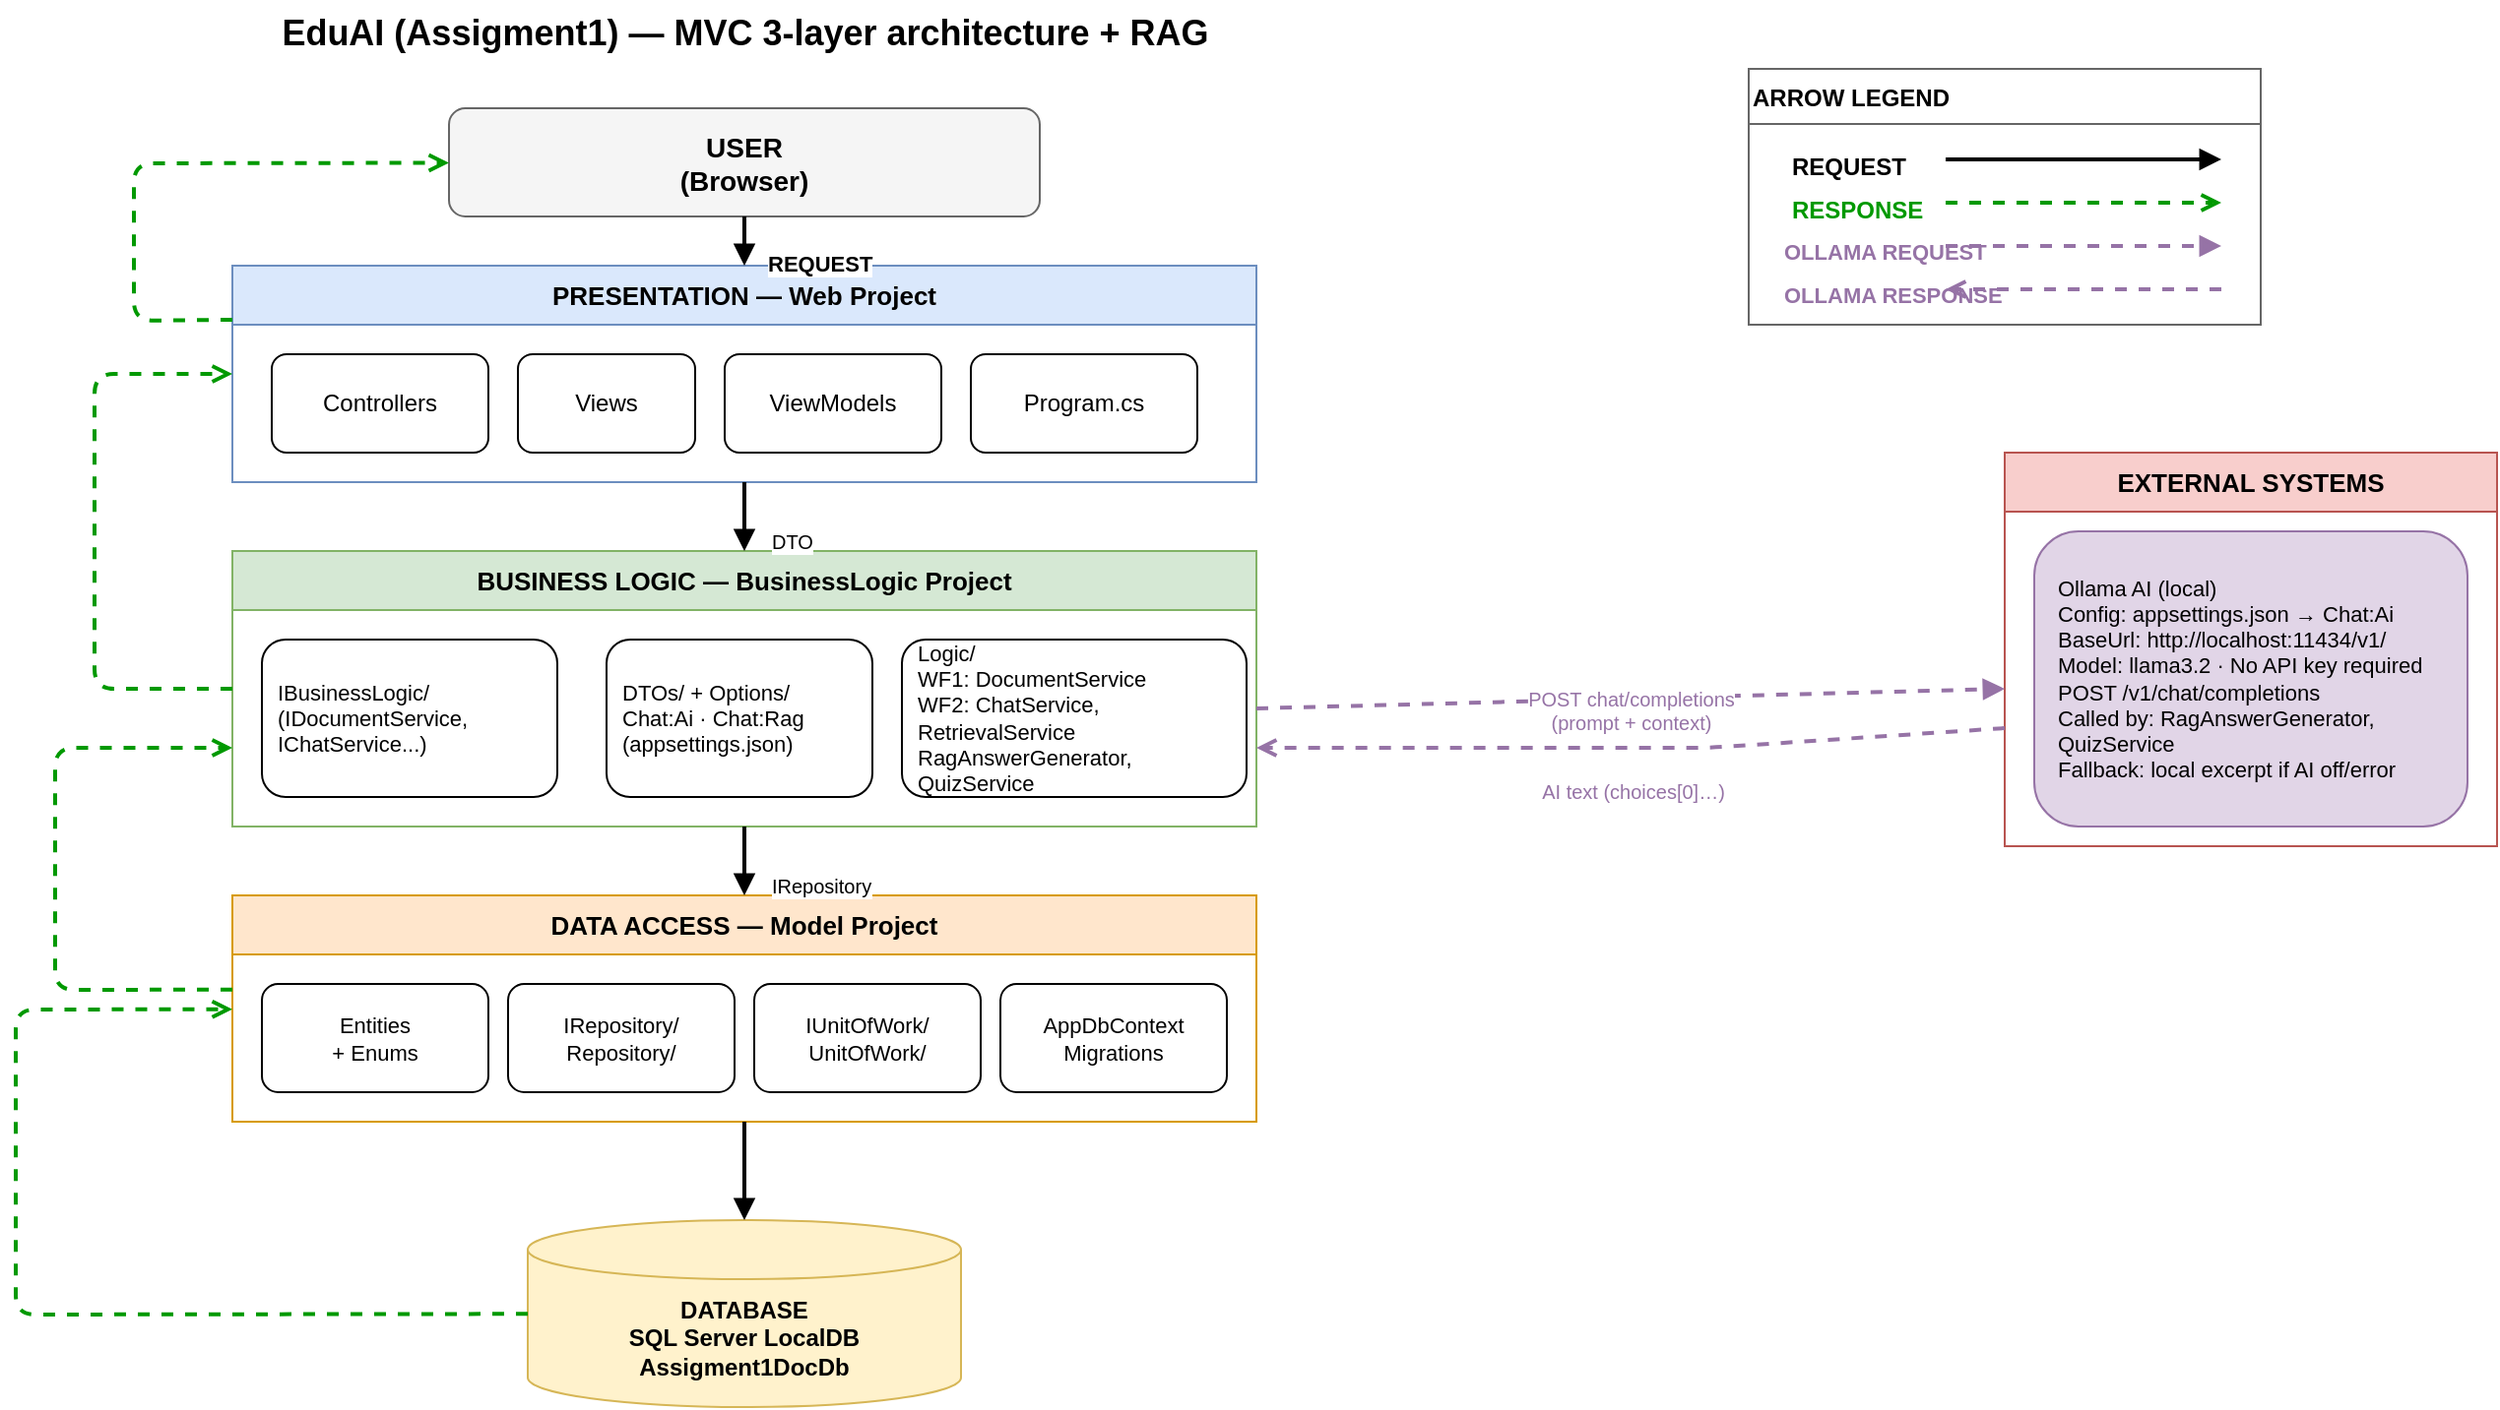
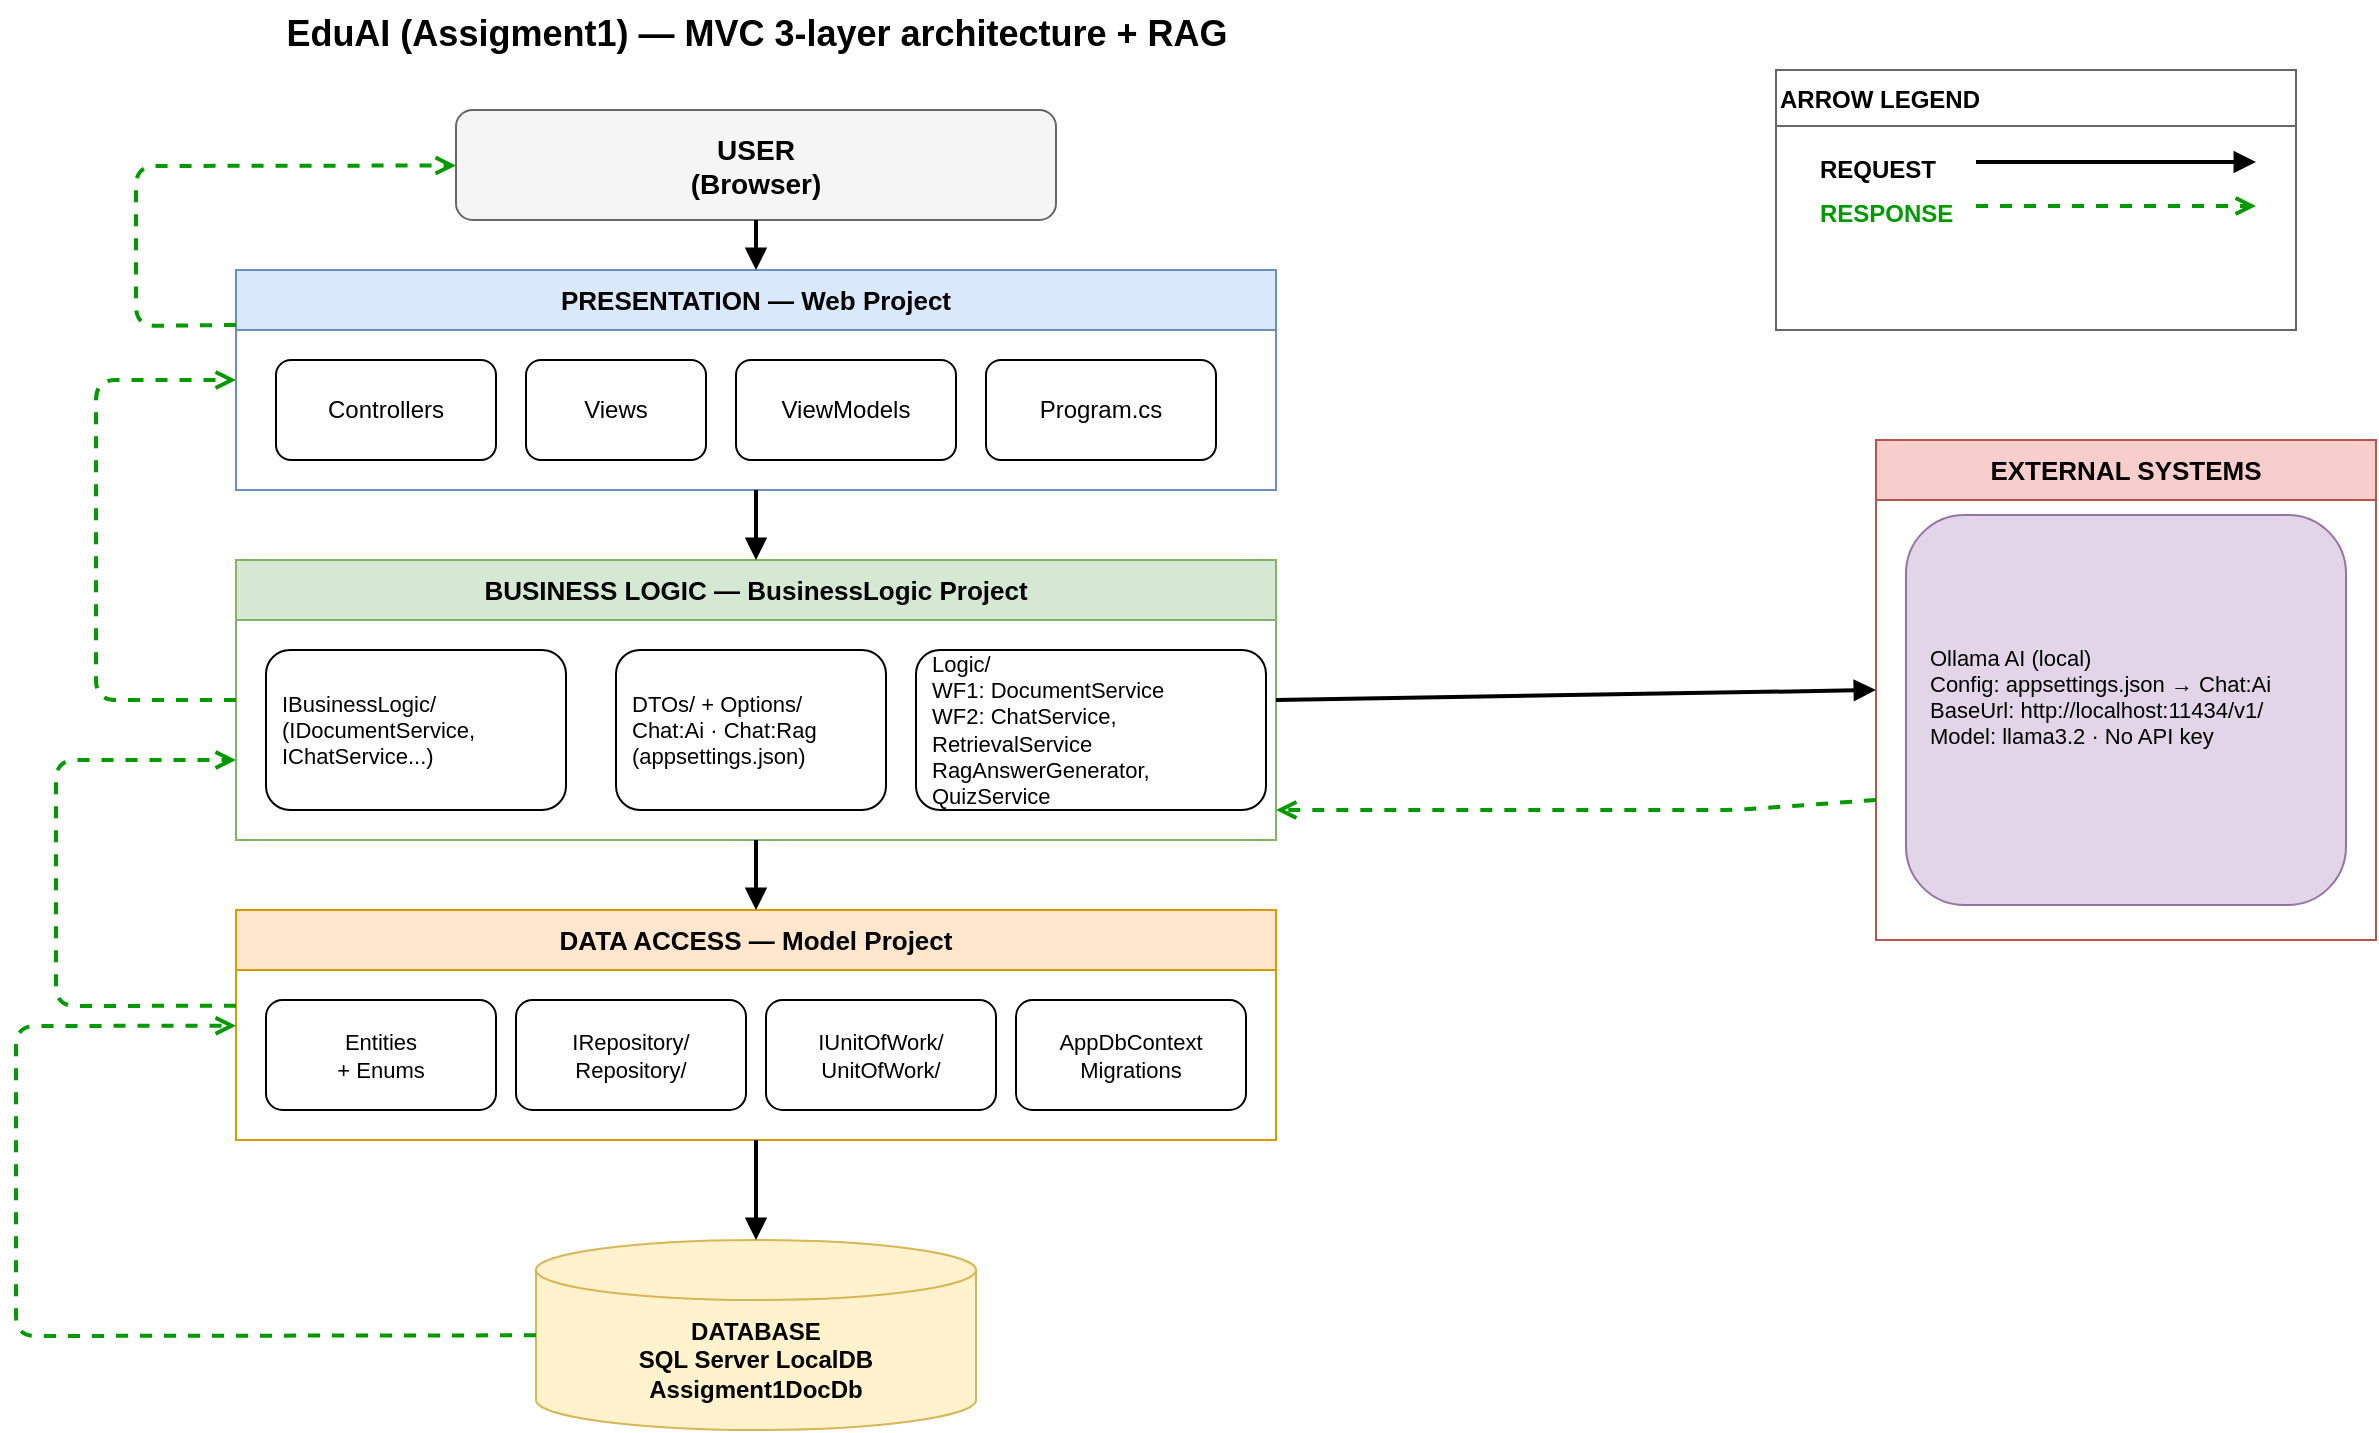
<mxfile host="Electron" agent="Cursor">
  <diagram id="simple-arch" name="MVC-3-layer-RAG">
-     <mxGraphModel dx="1030" dy="722" grid="1" gridSize="10" guides="1" tooltips="1" connect="1" arrows="1" fold="1" page="1" pageScale="1" pageWidth="1100" pageHeight="920" math="0" shadow="0">
+     <mxGraphModel dx="1585" dy="1111" grid="1" gridSize="10" guides="1" tooltips="1" connect="1" arrows="1" fold="1" page="1" pageScale="1" pageWidth="1100" pageHeight="920" math="0" shadow="0">
      <root>
        <mxCell id="0" />
        <mxCell id="1" parent="0" />
        <mxCell id="title" parent="1" style="text;html=1;fontSize=18;fontStyle=1;align=center;" value="EduAI (Assigment1) — MVC 3-layer architecture + RAG" vertex="1">
          <mxGeometry height="35" width="700" x="200" y="20" as="geometry" />
        </mxCell>
        <mxCell id="arrow-legend" parent="1" style="swimlane;fillColor=#ffffff;strokeColor=#666666;fontStyle=1;startSize=28;align=left;" value="ARROW LEGEND" vertex="1">
          <mxGeometry height="130" width="260" x="1060" y="55" as="geometry" />
        </mxCell>
        <mxCell id="leg-l1" parent="arrow-legend" style="text;html=1;align=left;spacingLeft=12;fontSize=12;fontStyle=1;" value="REQUEST" vertex="1">
          <mxGeometry height="20" width="85" x="8" y="36" as="geometry" />
        </mxCell>
        <mxCell id="leg-a1" edge="1" parent="arrow-legend" style="endArrow=block;endFill=1;strokeWidth=2;strokeColor=#000000;">
          <mxGeometry relative="1" as="geometry">
            <mxPoint x="100" y="46" as="sourcePoint" />
            <mxPoint x="240" y="46" as="targetPoint" />
          </mxGeometry>
        </mxCell>
        <mxCell id="leg-l2" parent="arrow-legend" style="text;html=1;align=left;spacingLeft=12;fontSize=12;fontStyle=1;fontColor=#009900;" value="RESPONSE" vertex="1">
          <mxGeometry height="20" width="85" x="8" y="58" as="geometry" />
        </mxCell>
        <mxCell id="leg-a2" edge="1" parent="arrow-legend" style="endArrow=open;dashed=1;strokeWidth=2;strokeColor=#009900;">
          <mxGeometry relative="1" as="geometry">
            <mxPoint x="100" y="68" as="sourcePoint" />
            <mxPoint x="240" y="68" as="targetPoint" />
-           </mxGeometry>
-         </mxCell>
-         <mxCell id="leg-l3" parent="arrow-legend" style="text;html=1;align=left;spacingLeft=8;fontSize=11;fontStyle=1;fontColor=#9673a6;" value="OLLAMA REQUEST" vertex="1">
-           <mxGeometry height="20" width="95" x="8" y="80" as="geometry" />
-         </mxCell>
-         <mxCell id="leg-a3" edge="1" parent="arrow-legend" style="endArrow=block;endFill=1;dashed=1;strokeWidth=2;strokeColor=#9673a6;">
-           <mxGeometry relative="1" as="geometry">
-             <mxPoint x="100" y="90" as="sourcePoint" />
-             <mxPoint x="240" y="90" as="targetPoint" />
-           </mxGeometry>
-         </mxCell>
-         <mxCell id="leg-l4" parent="arrow-legend" style="text;html=1;align=left;spacingLeft=8;fontSize=11;fontStyle=1;fontColor=#9673a6;" value="OLLAMA RESPONSE" vertex="1">
-           <mxGeometry height="20" width="95" x="8" y="102" as="geometry" />
-         </mxCell>
-         <mxCell id="leg-a4" edge="1" parent="arrow-legend" style="endArrow=open;dashed=1;strokeWidth=2;strokeColor=#9673a6;">
-           <mxGeometry relative="1" as="geometry">
-             <mxPoint x="240" y="112" as="sourcePoint" />
-             <mxPoint x="100" y="112" as="targetPoint" />
          </mxGeometry>
        </mxCell>
        <mxCell id="user" parent="1" style="rounded=1;whiteSpace=wrap;html=1;fillColor=#f5f5f5;strokeColor=#666666;fontStyle=1;fontSize=14;" value="USER&#xa;(Browser)" vertex="1">
          <mxGeometry height="55" width="300" x="400" y="75" as="geometry" />
        </mxCell>
        <mxCell id="pres" parent="1" style="swimlane;whiteSpace=wrap;html=1;fillColor=#dae8fc;strokeColor=#6c8ebf;fontStyle=1;fontSize=13;startSize=30;" value="PRESENTATION — Web Project" vertex="1">
          <mxGeometry height="110" width="520" x="290" y="155" as="geometry" />
        </mxCell>
        <mxCell id="pres1" parent="pres" style="rounded=1;whiteSpace=wrap;html=1;fillColor=#ffffff;fontSize=12;" value="Controllers" vertex="1">
          <mxGeometry height="50" width="110" x="20" y="45" as="geometry" />
        </mxCell>
        <mxCell id="pres2" parent="pres" style="rounded=1;whiteSpace=wrap;html=1;fillColor=#ffffff;fontSize=12;" value="Views" vertex="1">
          <mxGeometry height="50" width="90" x="145" y="45" as="geometry" />
        </mxCell>
        <mxCell id="pres3" parent="pres" style="rounded=1;whiteSpace=wrap;html=1;fillColor=#ffffff;fontSize=12;" value="ViewModels" vertex="1">
          <mxGeometry height="50" width="110" x="250" y="45" as="geometry" />
        </mxCell>
        <mxCell id="pres4" parent="pres" style="rounded=1;whiteSpace=wrap;html=1;fillColor=#ffffff;fontSize=12;" value="Program.cs" vertex="1">
          <mxGeometry height="50" width="115" x="375" y="45" as="geometry" />
        </mxCell>
        <mxCell id="bl" parent="1" style="swimlane;whiteSpace=wrap;html=1;fillColor=#d5e8d4;strokeColor=#82b366;fontStyle=1;fontSize=13;startSize=30;" value="BUSINESS LOGIC — BusinessLogic Project" vertex="1">
          <mxGeometry height="140" width="520" x="290" y="300" as="geometry" />
        </mxCell>
        <mxCell id="bl1" parent="bl" style="rounded=1;whiteSpace=wrap;html=1;fillColor=#ffffff;fontSize=11;align=left;spacingLeft=6;" value="IBusinessLogic/&#xa;(IDocumentService,&#xa;IChatService...)" vertex="1">
          <mxGeometry height="80" width="150" x="15" y="45" as="geometry" />
        </mxCell>
        <mxCell id="bl2" parent="bl" style="rounded=1;whiteSpace=wrap;html=1;fillColor=#ffffff;fontSize=11;align=left;spacingLeft=6;" value="Logic/&#xa;WF1: DocumentService&#xa;WF2: ChatService, RetrievalService&#xa;RagAnswerGenerator, QuizService" vertex="1">
          <mxGeometry height="80" width="175" x="340" y="45" as="geometry" />
        </mxCell>
        <mxCell id="bl3" parent="bl" style="rounded=1;whiteSpace=wrap;html=1;fillColor=#ffffff;fontSize=11;align=left;spacingLeft=6;" value="DTOs/ + Options/&#xa;Chat:Ai · Chat:Rag&#xa;(appsettings.json)" vertex="1">
          <mxGeometry height="80" width="135" x="190" y="45" as="geometry" />
        </mxCell>
        <mxCell id="dal" parent="1" style="swimlane;whiteSpace=wrap;html=1;fillColor=#ffe6cc;strokeColor=#d79b00;fontStyle=1;fontSize=13;startSize=30;" value="DATA ACCESS — Model Project" vertex="1">
          <mxGeometry height="115" width="520" x="290" y="475" as="geometry" />
        </mxCell>
        <mxCell id="dal1" parent="dal" style="rounded=1;whiteSpace=wrap;html=1;fillColor=#ffffff;fontSize=11;" value="Entities&#xa;+ Enums" vertex="1">
          <mxGeometry height="55" width="115" x="15" y="45" as="geometry" />
        </mxCell>
        <mxCell id="dal2" parent="dal" style="rounded=1;whiteSpace=wrap;html=1;fillColor=#ffffff;fontSize=11;" value="IRepository/&#xa;Repository/" vertex="1">
          <mxGeometry height="55" width="115" x="140" y="45" as="geometry" />
        </mxCell>
        <mxCell id="dal3" parent="dal" style="rounded=1;whiteSpace=wrap;html=1;fillColor=#ffffff;fontSize=11;" value="IUnitOfWork/&#xa;UnitOfWork/" vertex="1">
          <mxGeometry height="55" width="115" x="265" y="45" as="geometry" />
        </mxCell>
        <mxCell id="dal4" parent="dal" style="rounded=1;whiteSpace=wrap;html=1;fillColor=#ffffff;fontSize=11;" value="AppDbContext&#xa;Migrations" vertex="1">
          <mxGeometry height="55" width="115" x="390" y="45" as="geometry" />
        </mxCell>
        <mxCell id="db" parent="1" style="shape=cylinder3;whiteSpace=wrap;html=1;boundedLbl=1;fillColor=#fff2cc;strokeColor=#d6b656;fontStyle=1;fontSize=12;" value="DATABASE&#xa;SQL Server LocalDB&#xa;Assigment1DocDb" vertex="1">
          <mxGeometry height="95" width="220" x="440" y="640" as="geometry" />
        </mxCell>
        <mxCell id="ext" parent="1" style="swimlane;whiteSpace=wrap;html=1;fillColor=#f8cecc;strokeColor=#b85450;fontStyle=1;fontSize=13;startSize=30;" value="EXTERNAL SYSTEMS" vertex="1">
-           <mxGeometry height="200" width="250" x="1190" y="250" as="geometry" />
+           <mxGeometry height="250" width="250" x="1110" y="240" as="geometry" />
        </mxCell>
-         <mxCell id="ext-ollama" parent="ext" style="rounded=1;whiteSpace=wrap;html=1;fillColor=#e1d5e7;strokeColor=#9673a6;fontSize=11;align=left;spacingLeft=10;" value="Ollama AI (local)&#xa;Config: appsettings.json → Chat:Ai&#xa;BaseUrl: http://localhost:11434/v1/&#xa;Model: llama3.2 · No API key required&#xa;POST /v1/chat/completions&#xa;Called by: RagAnswerGenerator, QuizService&#xa;Fallback: local excerpt if AI off/error" vertex="1">
-           <mxGeometry height="150" width="220" x="15" y="40" as="geometry" />
+         <mxCell id="ext-ollama" parent="ext" style="rounded=1;whiteSpace=wrap;html=1;fillColor=#e1d5e7;strokeColor=#9673a6;fontSize=11;align=left;spacingLeft=10;" value="Ollama AI (local)&lt;br&gt;Config: appsettings.json → Chat:Ai&lt;br&gt;BaseUrl: http://localhost:11434/v1/&lt;br&gt;Model: llama3.2 · No API key&lt;div&gt;&lt;br/&gt;&lt;/div&gt;" vertex="1">
+           <mxGeometry height="195" width="220" x="15" y="37.5" as="geometry" />
        </mxCell>
        <mxCell id="req1" edge="1" parent="1" source="user" style="endArrow=block;endFill=1;strokeWidth=2;strokeColor=#000000;" target="pres">
          <mxGeometry relative="1" as="geometry" />
        </mxCell>
-         <mxCell id="req1l" connectable="0" parent="req1" style="edgeLabel;html=1;fontSize=11;fontColor=#000000;fontStyle=1;" value="REQUEST" vertex="1">
-           <mxGeometry relative="1" x="-0.15" as="geometry">
-             <mxPoint x="10" as="offset" />
-           </mxGeometry>
-         </mxCell>
        <mxCell id="req2" edge="1" parent="1" source="pres" style="endArrow=block;endFill=1;strokeWidth=2;strokeColor=#000000;" target="bl">
          <mxGeometry relative="1" as="geometry" />
        </mxCell>
-         <mxCell id="req2l" connectable="0" parent="req2" style="edgeLabel;html=1;fontSize=10;fontColor=#000000;" value="DTO" vertex="1">
-           <mxGeometry relative="1" as="geometry">
-             <mxPoint x="12" as="offset" />
-           </mxGeometry>
-         </mxCell>
        <mxCell id="req3" edge="1" parent="1" source="bl" style="endArrow=block;endFill=1;strokeWidth=2;strokeColor=#000000;" target="dal">
          <mxGeometry relative="1" as="geometry" />
-         </mxCell>
-         <mxCell id="req3l" connectable="0" parent="req3" style="edgeLabel;html=1;fontSize=10;fontColor=#000000;" value="IRepository" vertex="1">
-           <mxGeometry relative="1" as="geometry">
-             <mxPoint x="12" as="offset" />
-           </mxGeometry>
        </mxCell>
        <mxCell id="req4" edge="1" parent="1" source="dal" style="endArrow=block;endFill=1;strokeWidth=2;strokeColor=#000000;" target="db">
          <mxGeometry relative="1" as="geometry" />
        </mxCell>
        <mxCell id="res-db" edge="1" parent="1" source="db" style="endArrow=open;endFill=0;dashed=1;strokeWidth=2;strokeColor=#009900;" target="dal">
          <mxGeometry relative="1" as="geometry">
            <Array as="points">
              <mxPoint x="180" y="688" />
              <mxPoint x="180" y="533" />
            </Array>
          </mxGeometry>
        </mxCell>
        <mxCell id="res-dal" edge="1" parent="1" style="endArrow=open;endFill=0;dashed=1;strokeWidth=2;strokeColor=#009900;">
          <mxGeometry relative="1" as="geometry">
            <Array as="points">
              <mxPoint x="200" y="523" />
              <mxPoint x="200" y="400" />
            </Array>
            <mxPoint x="290" y="522.8714285714286" as="sourcePoint" />
            <mxPoint x="290" y="400" as="targetPoint" />
          </mxGeometry>
        </mxCell>
        <mxCell id="res-bl" edge="1" parent="1" source="bl" style="endArrow=open;endFill=0;dashed=1;strokeWidth=2;strokeColor=#009900;" target="pres">
          <mxGeometry relative="1" as="geometry">
            <Array as="points">
              <mxPoint x="220" y="370" />
              <mxPoint x="220" y="210" />
            </Array>
          </mxGeometry>
        </mxCell>
        <mxCell id="res-pres" edge="1" parent="1" source="pres" style="endArrow=open;endFill=0;dashed=1;strokeWidth=2;strokeColor=#009900;exitX=0;exitY=0.25;exitDx=0;exitDy=0;" target="user">
          <mxGeometry relative="1" as="geometry">
            <Array as="points">
              <mxPoint x="240" y="183" />
              <mxPoint x="240" y="160" />
              <mxPoint x="240" y="103" />
            </Array>
          </mxGeometry>
        </mxCell>
-         <mxCell id="bl-ollama-req" edge="1" parent="1" style="endArrow=block;endFill=1;dashed=1;strokeWidth=2;strokeColor=#9673a6;">
+         <mxCell id="bl-ollama-res" edge="1" parent="1" style="endArrow=open;endFill=0;strokeWidth=2;strokeColor=#009900;dashed=1;">
          <mxGeometry relative="1" as="geometry">
-             <mxPoint x="810" y="380" as="sourcePoint" />
-             <mxPoint x="1190" y="370" as="targetPoint" />
+             <Array as="points">
+               <mxPoint x="1040" y="425" />
+             </Array>
+             <mxPoint x="1110" y="420" as="sourcePoint" />
+             <mxPoint x="810" y="425" as="targetPoint" />
          </mxGeometry>
        </mxCell>
-         <mxCell id="bl-ollama-req-l" connectable="0" parent="bl-ollama-req" style="edgeLabel;html=1;fontSize=10;fontColor=#9673a6;align=center;" value="POST chat/completions&#xa;(prompt + context)" vertex="1">
+         <mxCell id="W_ADVtWskaeERSNA4_Fn-1" edge="1" parent="1" source="bl" style="endArrow=block;endFill=1;strokeWidth=2;strokeColor=#000000;exitX=1;exitY=0.5;exitDx=0;exitDy=0;entryX=0;entryY=0.5;entryDx=0;entryDy=0;" target="ext">
          <mxGeometry relative="1" as="geometry">
-             <mxPoint y="-12" as="offset" />
-           </mxGeometry>
-         </mxCell>
-         <mxCell id="bl-ollama-res" edge="1" parent="1" style="endArrow=open;endFill=0;dashed=1;strokeWidth=2;strokeColor=#9673a6;">
-           <mxGeometry relative="1" as="geometry">
-             <Array as="points">
-               <mxPoint x="1040" y="400" />
-             </Array>
-             <mxPoint x="1190" y="390" as="sourcePoint" />
-             <mxPoint x="810" y="400" as="targetPoint" />
-           </mxGeometry>
-         </mxCell>
-         <mxCell id="bl-ollama-res-l" connectable="0" parent="bl-ollama-res" style="edgeLabel;html=1;fontSize=10;fontColor=#9673a6;align=center;" value="AI text (choices[0]…)" vertex="1">
-           <mxGeometry relative="1" as="geometry">
-             <mxPoint y="10" as="offset" />
+             <mxPoint x="1120" y="600" as="sourcePoint" />
+             <mxPoint x="1120" y="650" as="targetPoint" />
          </mxGeometry>
        </mxCell>
      </root>
    </mxGraphModel>
  </diagram>
</mxfile>
